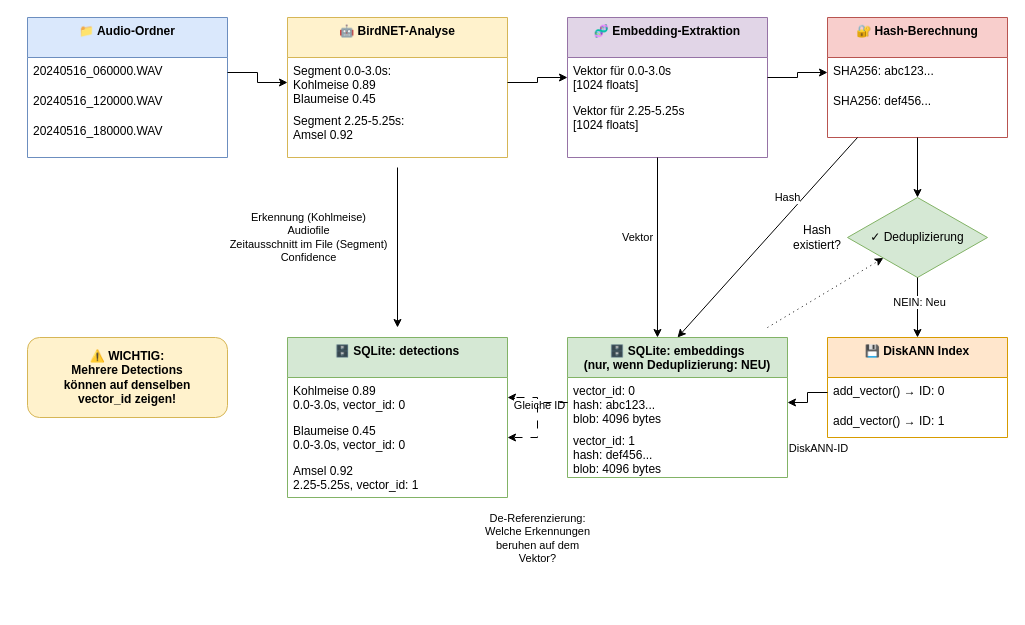
Earlier version of the draw.io diagram research/DiskANN-Konzept/drawio_datenfluss_lokal.drawio (fherb2/birdnet-audio-walker). Source tidied: cells renumbered, new cells numbered last; positions are measured from the earlier drawing's top-left corner, leaving out a move shared by most shapes. Both pictures are drawn from the tidied source at 100%, with x=0, y=0 at pixel (27, 17).
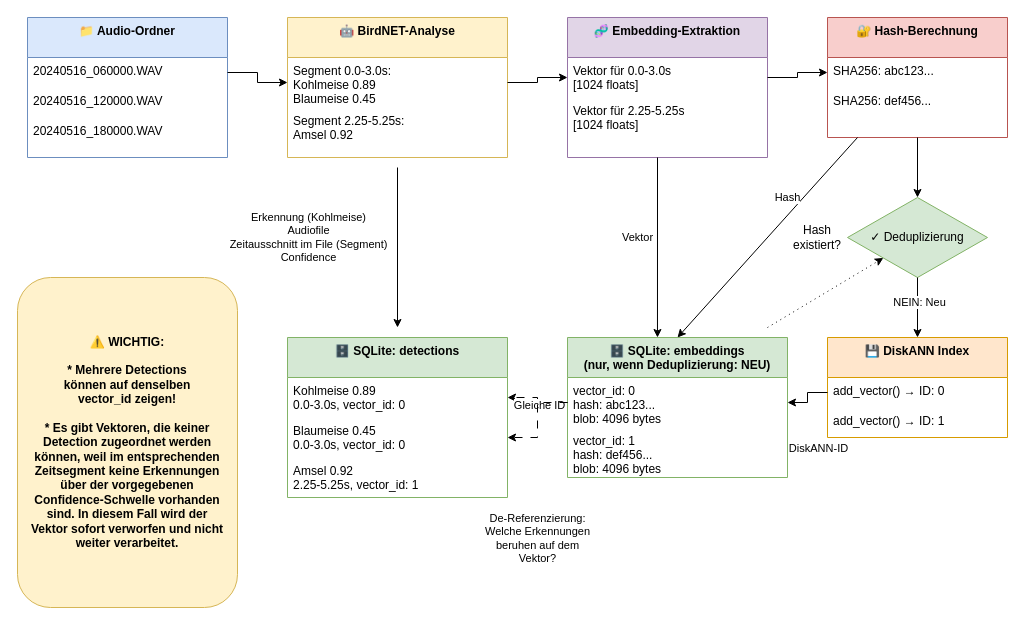
The same diagram, later.

Change to the diagram source:
```diff
@@
-    <mxCell id="39" value="⚠️ WICHTIG:&#10;Mehrere Detections&#10;können auf denselben&#10;vector_id zeigen!" style="rounded=1;whiteSpace=wrap;html=1;fillColor=#fff2cc;strokeColor=#d6b656;fontStyle=1;" parent="1" vertex="1">
-      <mxGeometry y="320" width="200" height="80" as="geometry" />
+    <mxCell id="39" value="⚠️ WICHTIG:&lt;br&gt;&lt;br&gt;* Mehrere Detections&lt;br&gt;können auf denselben&lt;br&gt;vector_id zeigen!&lt;br&gt;&lt;br&gt;* Es gibt Vektoren, die keiner&lt;br&gt;Detection zugeordnet werden&lt;br&gt;können, weil im entsprechenden&lt;br&gt;Zeitsegment keine Erkennungen&lt;br&gt;über der vorgegebenen&lt;br&gt;Confidence-Schwelle vorhanden&lt;br&gt;sind. In diesem Fall wird der&lt;br&gt;Vektor sofort verworfen und nicht&lt;br&gt;weiter verarbeitet." style="rounded=1;whiteSpace=wrap;html=1;fillColor=#fff2cc;strokeColor=#d6b656;fontStyle=1;" parent="1" vertex="1">
+      <mxGeometry x="-10" y="260" width="220" height="330" as="geometry" />
     </mxCell>
```
